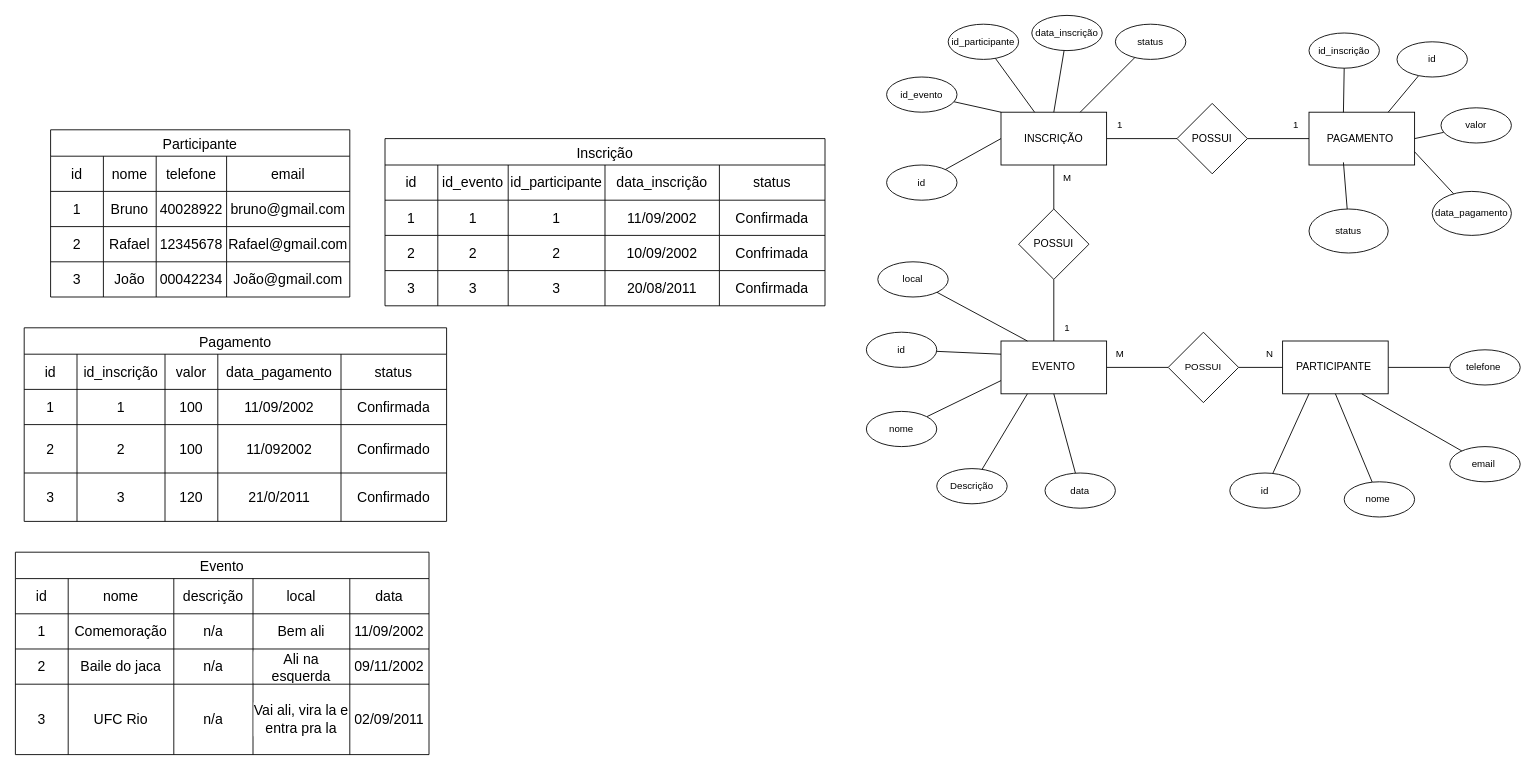
Above: Sistemas de Banco de Dados/Atividade 01/evento.drawio in BrunoUnipam/Atividade-01 (draw.io), before the change. Source tidied: cells renumbered, new cells numbered last; positions are measured from the earlier drawing's top-left corner, leaving out a move shared by most shapes. Both pictures are drawn from the tidied source at 88%, with x=0, y=0 at pixel (15, 15).
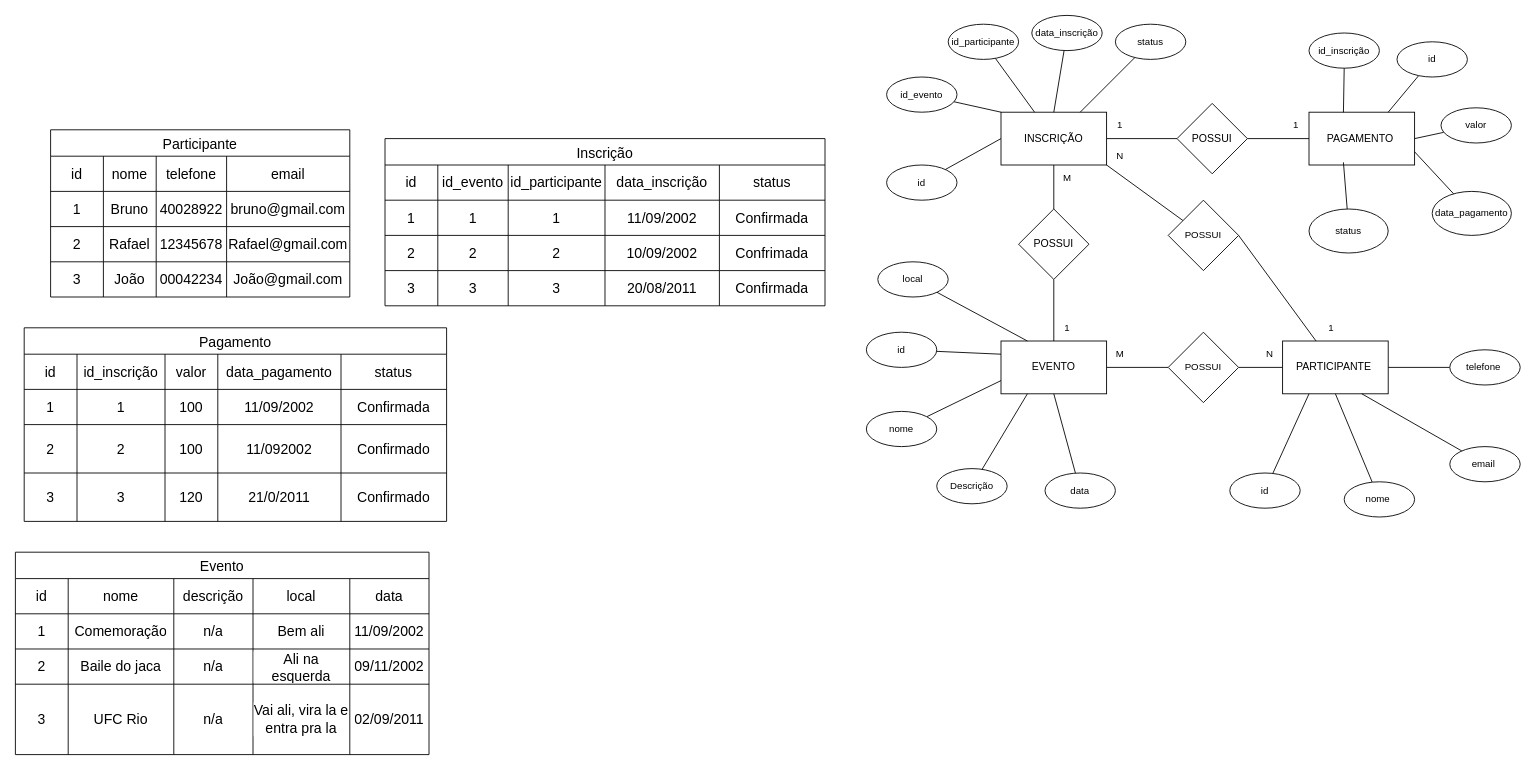
The same diagram, later.

Commit message (it also covers changes not shown here):
atividade pronta

The change refers to these unchanged cells:
```xml
<mxCell id="3" value="PARTICIPANTE&amp;nbsp;" style="rounded=0;whiteSpace=wrap;html=1;align=center;" parent="1" vertex="1">
  <mxGeometry x="1440" y="370" width="120" height="60" as="geometry" />
</mxCell>
<mxCell id="6" value="INSCRIÇÃO" style="rounded=0;whiteSpace=wrap;html=1;align=center;" parent="1" vertex="1">
  <mxGeometry x="1120" y="110" width="120" height="60" as="geometry" />
</mxCell>
```

Change to the diagram source:
```diff
@@
+    <mxCell id="155" style="edgeStyle=none;html=1;entryX=1;entryY=0.5;entryDx=0;entryDy=0;endArrow=none;endFill=0;" parent="1" edge="1" source="3" target="157">
+      <mxGeometry relative="1" as="geometry" />
+    </mxCell>
@@
+    <mxCell id="156" style="edgeStyle=none;html=1;entryX=1;entryY=1;entryDx=0;entryDy=0;endArrow=none;endFill=0;" parent="1" edge="1" source="157" target="6">
+      <mxGeometry relative="1" as="geometry" />
+    </mxCell>
+    <mxCell id="157" value="POSSUI" style="rhombus;whiteSpace=wrap;html=1;fontFamily=Helvetica;fontSize=11;fontColor=default;labelBackgroundColor=default;" parent="1" vertex="1">
+      <mxGeometry x="1310" y="210" width="80" height="80" as="geometry" />
+    </mxCell>
+    <mxCell id="158" value="N" style="text;html=1;align=center;verticalAlign=middle;strokeColor=none;fillColor=none;fontFamily=Helvetica;fontSize=11;fontColor=default;labelBackgroundColor=default;" parent="1" vertex="1">
+      <mxGeometry x="1240" y="145" width="30" height="30" as="geometry" />
+    </mxCell>
+    <mxCell id="159" value="1" style="text;html=1;align=center;verticalAlign=middle;strokeColor=none;fillColor=none;fontFamily=Helvetica;fontSize=11;fontColor=default;labelBackgroundColor=default;" parent="1" vertex="1">
+      <mxGeometry x="1480" y="340" width="30" height="30" as="geometry" />
+    </mxCell>
```
